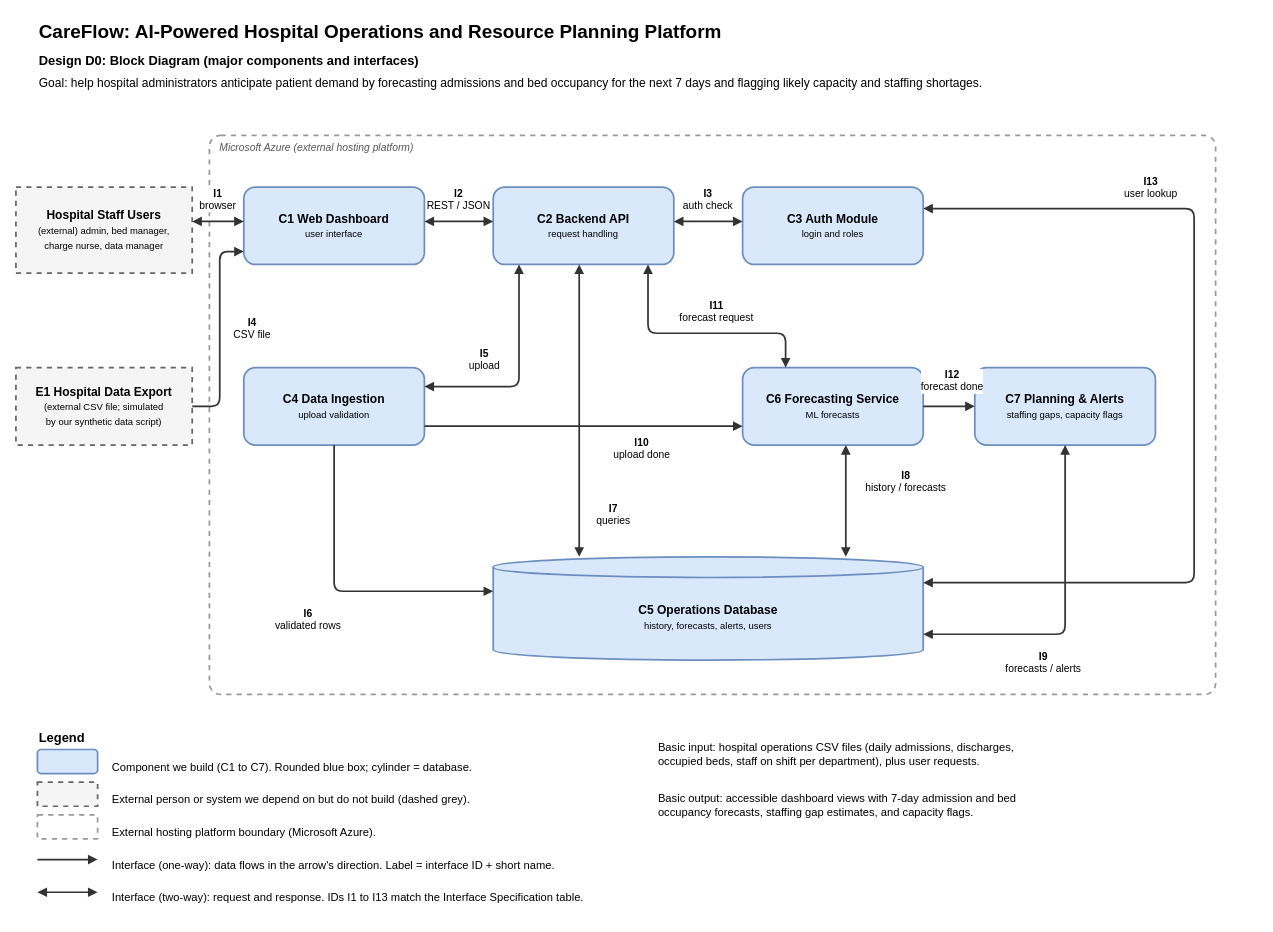
This is Design_Diagrams/D0_Block_Diagram.drawio from nurick-uc/CareFlow, a draw.io file, before an edit. Source tidied: cells renumbered, new cells numbered last; positions are measured from the earlier drawing's top-left corner, leaving out a move shared by most shapes. Both pictures are drawn from the tidied source at 86%, with x=0, y=0 at pixel (15, 15).
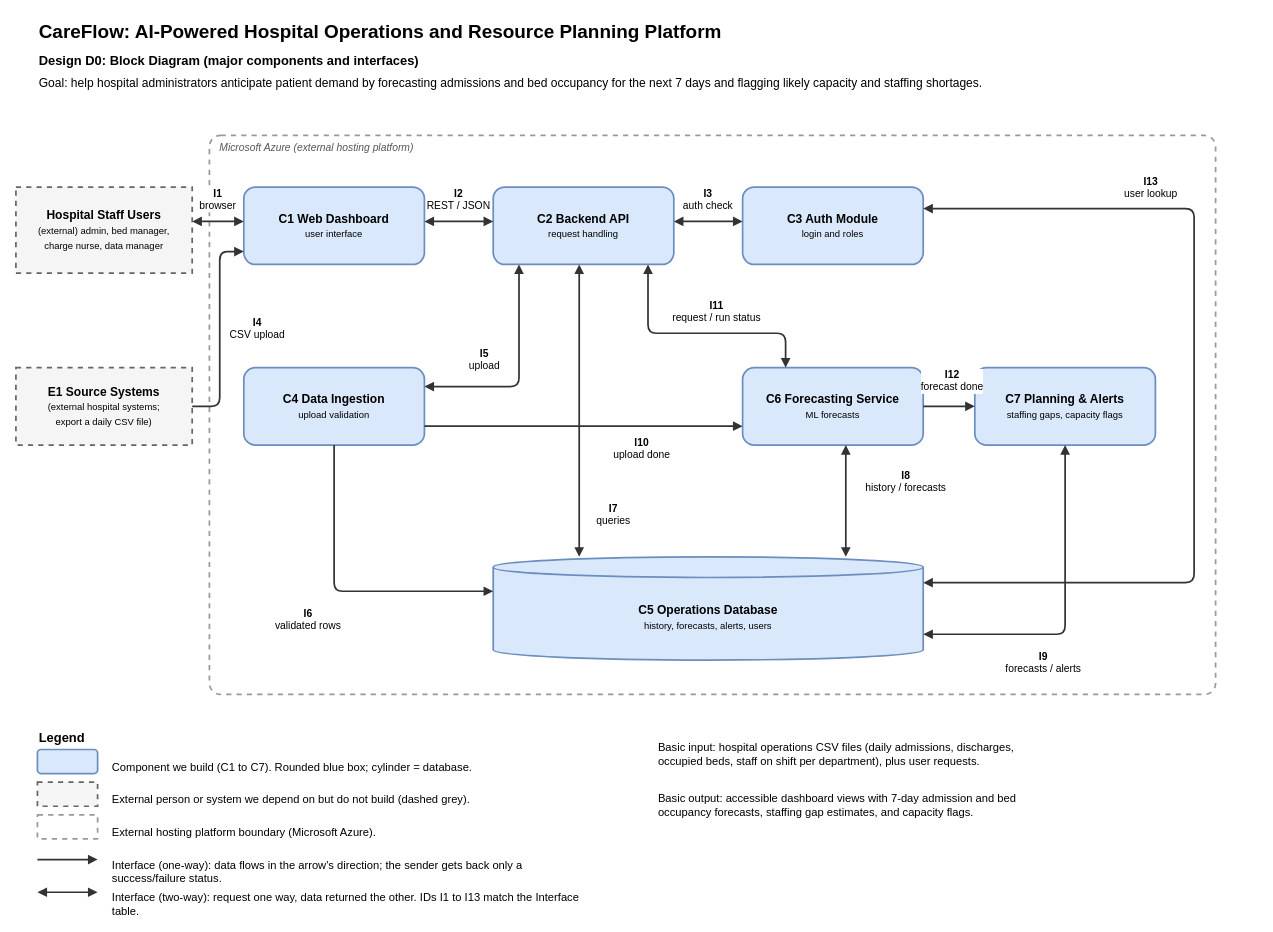
The same page after the edit.

Diff of the diagram source:
```diff
@@
-    <mxCell id="5" value="&lt;b&gt;E1 Hospital Data Export&lt;/b&gt;&lt;br&gt;&lt;font style='font-size:11px'&gt;(external CSV file; simulated&lt;/font&gt;&lt;br&gt;&lt;font style='font-size:11px'&gt;by our synthetic data script)&lt;/font&gt;" style="rounded=0;whiteSpace=wrap;html=1;fillColor=#F5F5F5;strokeColor=#666666;strokeWidth=2;dashed=1;fontSize=14;" parent="1" vertex="1">
+    <mxCell id="5" value="&lt;b&gt;E1 Source Systems&lt;/b&gt;&lt;br&gt;&lt;font style='font-size:11px'&gt;(external hospital systems;&lt;/font&gt;&lt;br&gt;&lt;font style='font-size:11px'&gt;export a daily CSV file)&lt;/font&gt;" style="rounded=0;whiteSpace=wrap;html=1;fillColor=#F5F5F5;strokeColor=#666666;strokeWidth=2;dashed=1;fontSize=14;" parent="1" vertex="1">
       <mxGeometry y="410" width="205" height="90" as="geometry" />
     </mxCell>
@@
-    <mxCell id="34" value="&lt;b&gt;I4&lt;/b&gt;&lt;br&gt;CSV file" style="text;html=1;align=center;fontSize=12;labelBackgroundColor=#ffffff;whiteSpace=wrap;" parent="1" vertex="1">
-      <mxGeometry x="243" y="344" width="64" height="38" as="geometry" />
+    <mxCell id="34" value="&lt;b&gt;I4&lt;/b&gt;&lt;br&gt;CSV upload" style="text;html=1;align=center;fontSize=12;labelBackgroundColor=#ffffff;whiteSpace=wrap;" parent="1" vertex="1">
+      <mxGeometry x="243" y="344" width="76" height="38" as="geometry" />
     </mxCell>
@@
-    <mxCell id="39" value="&lt;b&gt;I11&lt;/b&gt;&lt;br&gt;forecast request" style="text;html=1;align=center;fontSize=12;labelBackgroundColor=#ffffff;whiteSpace=wrap;" parent="1" vertex="1">
+    <mxCell id="39" value="&lt;b&gt;I11&lt;/b&gt;&lt;br&gt;request / run status" style="text;html=1;align=center;fontSize=12;labelBackgroundColor=#ffffff;whiteSpace=wrap;" parent="1" vertex="1">
       <mxGeometry x="755" y="324" width="120" height="38" as="geometry" />
     </mxCell>
@@
-    <mxCell id="50" value="Interface (one-way): data flows in the arrow&amp;#x27;s direction. Label = interface ID + short name." style="text;html=1;align=left;verticalAlign=top;fontSize=13;whiteSpace=wrap;" parent="1" vertex="1">
+    <mxCell id="50" value="Interface (one-way): data flows in the arrow&amp;#x27;s direction; the sender gets back only a success/failure status." style="text;html=1;align=left;verticalAlign=top;fontSize=13;whiteSpace=wrap;" parent="1" vertex="1">
       <mxGeometry x="110" y="974" width="560" height="23" as="geometry" />
     </mxCell>
-    <mxCell id="51" value="Interface (two-way): request and response. IDs I1 to I13 match the Interface Specification table." style="text;html=1;align=left;verticalAlign=top;fontSize=13;whiteSpace=wrap;" parent="1" vertex="1">
+    <mxCell id="51" value="Interface (two-way): request one way, data returned the other. IDs I1 to I13 match the Interface table." style="text;html=1;align=left;verticalAlign=top;fontSize=13;whiteSpace=wrap;" parent="1" vertex="1">
       <mxGeometry x="110" y="1012" width="560" height="23" as="geometry" />
     </mxCell>
```
